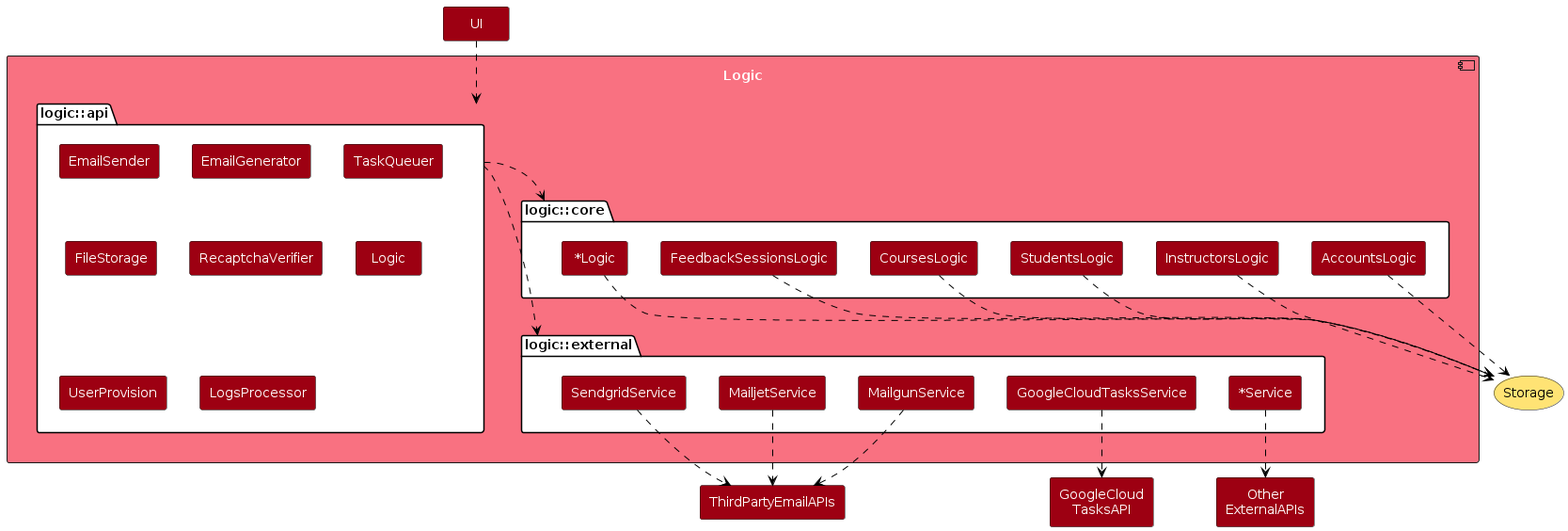
TEAMMATES/teammates keeps this PlantUML diagram as diagrams/LogicComponent.png. Above is the earlier version. Its source is kept beside it as diagrams/LogicComponent.puml.
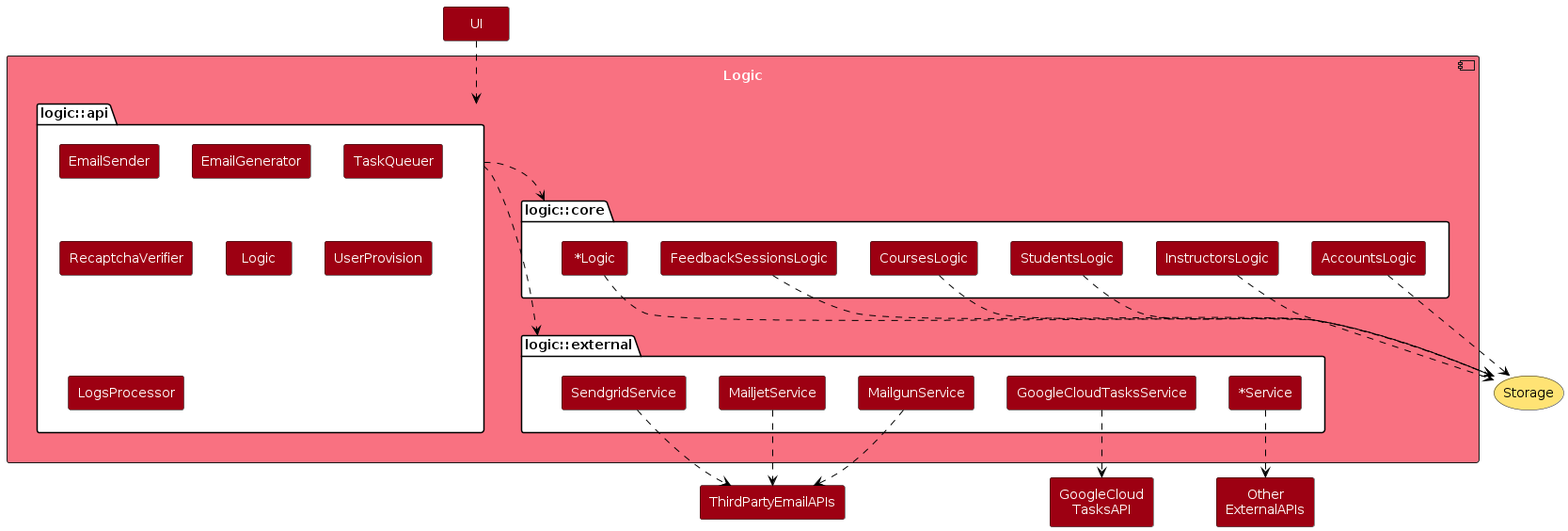
After the change.

What changed in the source:
```diff
@@ -29,7 +29,6 @@
         rectangle EmailSender
         rectangle EmailGenerator
         rectangle TaskQueuer
-        rectangle FileStorage
         rectangle RecaptchaVerifier
         rectangle "Logic" as Logic2
         rectangle UserProvision
```
